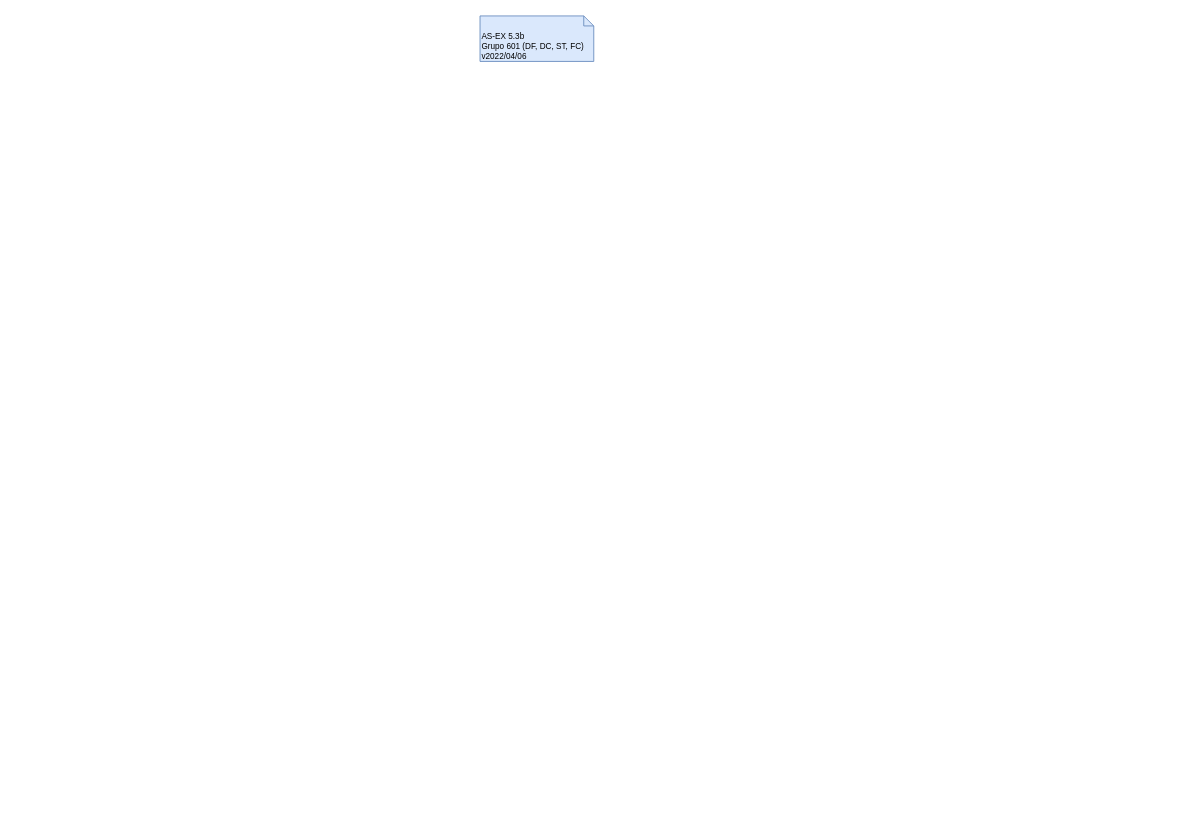
Before: page "5.3b" (3 of 3) of P/P05/P5.drawio in DavidAraujo98/AS, a draw.io diagram. Source tidied: cells renumbered, new cells numbered last; positions are measured from the earlier drawing's top-left corner, leaving out a move shared by most shapes. Both pictures are drawn from the tidied source at 91%, with x=0, y=0 at pixel (480, 15).
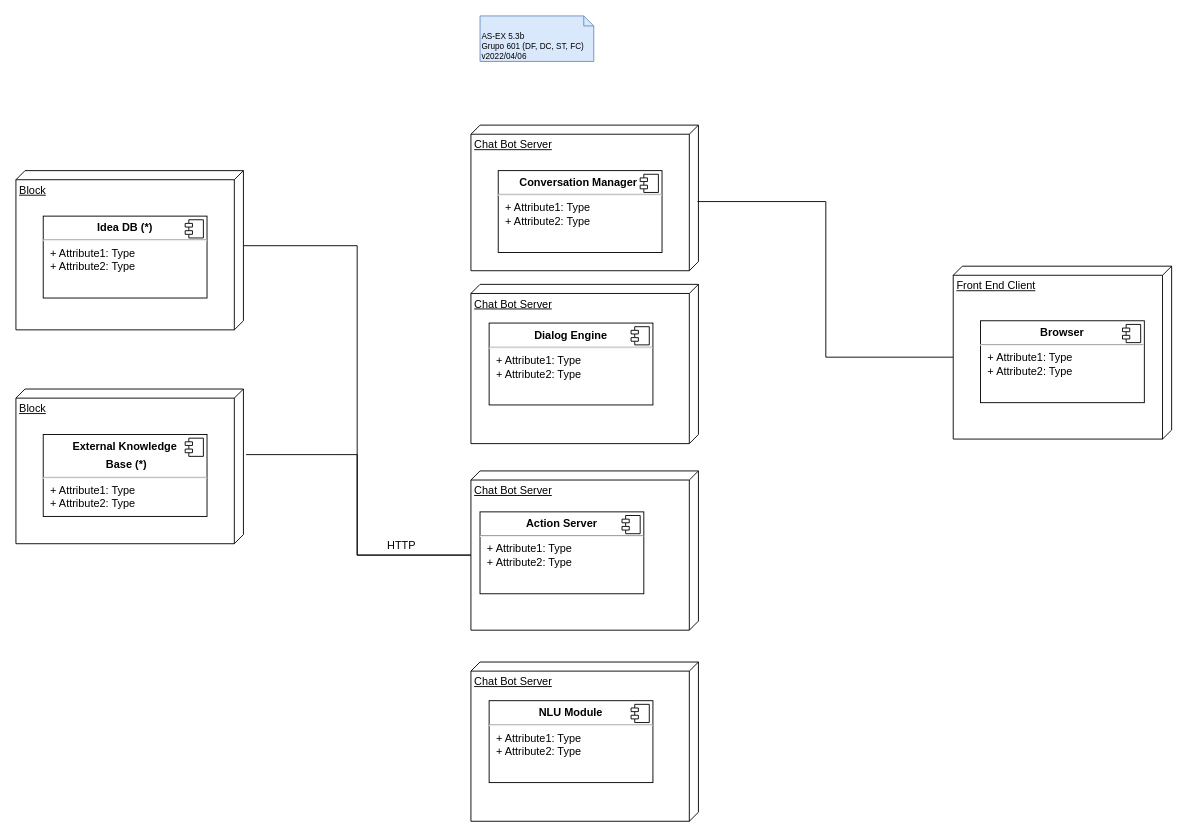
Above is the later version.

What changed in the source:
```diff
@@
+    <mxCell id="3" style="edgeStyle=orthogonalEdgeStyle;rounded=0;jettySize=auto;html=1;exitX=0;exitY=0;exitDx=92.5;exitDy=250;exitPerimeter=0;entryX=0;entryY=0;entryDx=82.5;entryDy=0;entryPerimeter=0;endArrow=none;endFill=0;" parent="1" edge="1" source="5" target="11">
+      <mxGeometry relative="1" as="geometry" />
+    </mxCell>
+    <mxCell id="4" style="edgeStyle=orthogonalEdgeStyle;rounded=0;jettySize=auto;html=1;exitX=0;exitY=0;exitDx=92.5;exitDy=250;exitPerimeter=0;entryX=0.424;entryY=-0.012;entryDx=0;entryDy=0;entryPerimeter=0;endArrow=none;endFill=0;" parent="1" edge="1" source="5" target="12">
+      <mxGeometry relative="1" as="geometry" />
+    </mxCell>
+    <mxCell id="5" value="Chat Bot Server" style="verticalAlign=top;align=left;spacingTop=8;spacingLeft=2;spacingRight=12;shape=cube;size=10;direction=south;fontStyle=4;html=1;" parent="1" vertex="1">
+      <mxGeometry x="-10" y="500" width="250" height="175" as="geometry" />
+    </mxCell>
+    <mxCell id="6" value="Chat Bot Server" style="verticalAlign=top;align=left;spacingTop=8;spacingLeft=2;spacingRight=12;shape=cube;size=10;direction=south;fontStyle=4;html=1;" parent="1" vertex="1">
+      <mxGeometry x="-10" y="710" width="250" height="175" as="geometry" />
+    </mxCell>
+    <mxCell id="7" value="Chat Bot Server" style="verticalAlign=top;align=left;spacingTop=8;spacingLeft=2;spacingRight=12;shape=cube;size=10;direction=south;fontStyle=4;html=1;" parent="1" vertex="1">
+      <mxGeometry x="-10" y="295" width="250" height="175" as="geometry" />
+    </mxCell>
@@
+    <mxCell id="8" value="Chat Bot Server" style="verticalAlign=top;align=left;spacingTop=8;spacingLeft=2;spacingRight=12;shape=cube;size=10;direction=south;fontStyle=4;html=1;" parent="1" vertex="1">
+      <mxGeometry x="-10" y="120" width="250" height="160" as="geometry" />
+    </mxCell>
+    <mxCell id="9" style="edgeStyle=orthogonalEdgeStyle;rounded=0;jettySize=auto;html=1;exitX=0;exitY=0;exitDx=100;exitDy=240;exitPerimeter=0;endArrow=none;endFill=0;entryX=0.525;entryY=0.004;entryDx=0;entryDy=0;entryPerimeter=0;" parent="1" edge="1" source="10" target="8">
+      <mxGeometry relative="1" as="geometry" />
+    </mxCell>
+    <mxCell id="10" value="Front End Client" style="verticalAlign=top;align=left;spacingTop=8;spacingLeft=2;spacingRight=12;shape=cube;size=10;direction=south;fontStyle=4;html=1;" parent="1" vertex="1">
+      <mxGeometry x="520" y="275" width="240" height="190" as="geometry" />
+    </mxCell>
+    <mxCell id="11" value="Block" style="verticalAlign=top;align=left;spacingTop=8;spacingLeft=2;spacingRight=12;shape=cube;size=10;direction=south;fontStyle=4;html=1;" parent="1" vertex="1">
+      <mxGeometry x="-510" y="170" width="250" height="175" as="geometry" />
+    </mxCell>
+    <mxCell id="12" value="Block" style="verticalAlign=top;align=left;spacingTop=8;spacingLeft=2;spacingRight=12;shape=cube;size=10;direction=south;fontStyle=4;html=1;" parent="1" vertex="1">
+      <mxGeometry x="-510" y="410" width="250" height="170" as="geometry" />
+    </mxCell>
+    <mxCell id="13" value="&lt;p style=&quot;margin: 0px ; margin-top: 6px ; text-align: center&quot;&gt;&lt;b&gt;Browser&lt;/b&gt;&lt;/p&gt;&lt;hr&gt;&lt;p style=&quot;margin: 0px ; margin-left: 8px&quot;&gt;+ Attribute1: Type&lt;br&gt;+ Attribute2: Type&lt;/p&gt;" style="align=left;overflow=fill;html=1;" parent="1" vertex="1">
+      <mxGeometry x="550" y="335" width="180" height="90" as="geometry" />
+    </mxCell>
+    <mxCell id="14" style="shape=component;jettyWidth=8;jettyHeight=4;" parent="13" vertex="1">
+      <mxGeometry x="1" width="20" height="20" relative="1" as="geometry">
+        <mxPoint x="-24" y="4" as="offset" />
+      </mxGeometry>
+    </mxCell>
+    <mxCell id="15" value="&lt;p style=&quot;text-align: center ; margin: 6px 0px 0px&quot;&gt;&lt;b&gt;Conversation Manager&amp;nbsp;&lt;/b&gt;&lt;/p&gt;&lt;hr&gt;&lt;p style=&quot;margin: 0px ; margin-left: 8px&quot;&gt;+ Attribute1: Type&lt;br&gt;+ Attribute2: Type&lt;/p&gt;" style="align=left;overflow=fill;html=1;" parent="1" vertex="1">
+      <mxGeometry x="20" y="170" width="180" height="90" as="geometry" />
+    </mxCell>
+    <mxCell id="16" style="shape=component;jettyWidth=8;jettyHeight=4;" parent="15" vertex="1">
+      <mxGeometry x="1" width="20" height="20" relative="1" as="geometry">
+        <mxPoint x="-24" y="4" as="offset" />
+      </mxGeometry>
+    </mxCell>
+    <mxCell id="17" value="&lt;p style=&quot;margin: 0px ; margin-top: 6px ; text-align: center&quot;&gt;&lt;b&gt;NLU Module&lt;/b&gt;&lt;/p&gt;&lt;hr&gt;&lt;p style=&quot;margin: 0px ; margin-left: 8px&quot;&gt;+ Attribute1: Type&lt;br&gt;+ Attribute2: Type&lt;/p&gt;" style="align=left;overflow=fill;html=1;" parent="1" vertex="1">
+      <mxGeometry x="10" y="752.5" width="180" height="90" as="geometry" />
+    </mxCell>
+    <mxCell id="18" style="shape=component;jettyWidth=8;jettyHeight=4;" parent="17" vertex="1">
+      <mxGeometry x="1" width="20" height="20" relative="1" as="geometry">
+        <mxPoint x="-24" y="4" as="offset" />
+      </mxGeometry>
+    </mxCell>
+    <mxCell id="19" value="&lt;p style=&quot;margin: 0px ; margin-top: 6px ; text-align: center&quot;&gt;&lt;b&gt;Dialog Engine&lt;/b&gt;&lt;/p&gt;&lt;hr&gt;&lt;p style=&quot;margin: 0px ; margin-left: 8px&quot;&gt;+ Attribute1: Type&lt;br&gt;+ Attribute2: Type&lt;/p&gt;" style="align=left;overflow=fill;html=1;" parent="1" vertex="1">
+      <mxGeometry x="10" y="337.5" width="180" height="90" as="geometry" />
+    </mxCell>
+    <mxCell id="20" style="shape=component;jettyWidth=8;jettyHeight=4;" parent="19" vertex="1">
+      <mxGeometry x="1" width="20" height="20" relative="1" as="geometry">
+        <mxPoint x="-24" y="4" as="offset" />
+      </mxGeometry>
+    </mxCell>
+    <mxCell id="21" value="&lt;p style=&quot;margin: 0px ; margin-top: 6px ; text-align: center&quot;&gt;&lt;b&gt;Action Server&lt;/b&gt;&lt;/p&gt;&lt;hr&gt;&lt;p style=&quot;margin: 0px ; margin-left: 8px&quot;&gt;+ Attribute1: Type&lt;br&gt;+ Attribute2: Type&lt;/p&gt;" style="align=left;overflow=fill;html=1;" parent="1" vertex="1">
+      <mxGeometry y="545" width="180" height="90" as="geometry" />
+    </mxCell>
+    <mxCell id="22" style="shape=component;jettyWidth=8;jettyHeight=4;" parent="21" vertex="1">
+      <mxGeometry x="1" width="20" height="20" relative="1" as="geometry">
+        <mxPoint x="-24" y="4" as="offset" />
+      </mxGeometry>
+    </mxCell>
+    <mxCell id="23" value="&lt;p style=&quot;margin: 0px ; margin-top: 6px ; text-align: center&quot;&gt;&lt;b&gt;Idea DB (*)&lt;/b&gt;&lt;/p&gt;&lt;hr&gt;&lt;p style=&quot;margin: 0px ; margin-left: 8px&quot;&gt;+ Attribute1: Type&lt;br&gt;+ Attribute2: Type&lt;/p&gt;" style="align=left;overflow=fill;html=1;" parent="1" vertex="1">
+      <mxGeometry x="-480" y="220" width="180" height="90" as="geometry" />
+    </mxCell>
+    <mxCell id="24" style="shape=component;jettyWidth=8;jettyHeight=4;" parent="23" vertex="1">
+      <mxGeometry x="1" width="20" height="20" relative="1" as="geometry">
+        <mxPoint x="-24" y="4" as="offset" />
+      </mxGeometry>
+    </mxCell>
+    <mxCell id="25" value="&lt;p style=&quot;margin: 0px ; margin-top: 6px ; text-align: center&quot;&gt;&lt;b&gt;External Knowledge&lt;/b&gt;&lt;/p&gt;&lt;p style=&quot;margin: 0px ; margin-top: 6px ; text-align: center&quot;&gt;&lt;b&gt;&amp;nbsp;Base (*)&lt;/b&gt;&lt;/p&gt;&lt;hr&gt;&lt;p style=&quot;margin: 0px ; margin-left: 8px&quot;&gt;+ Attribute1: Type&lt;br&gt;+ Attribute2: Type&lt;/p&gt;" style="align=left;overflow=fill;html=1;" parent="1" vertex="1">
+      <mxGeometry x="-480" y="460" width="180" height="90" as="geometry" />
+    </mxCell>
+    <mxCell id="26" style="shape=component;jettyWidth=8;jettyHeight=4;" parent="25" vertex="1">
+      <mxGeometry x="1" width="20" height="20" relative="1" as="geometry">
+        <mxPoint x="-24" y="4" as="offset" />
+      </mxGeometry>
+    </mxCell>
+    <mxCell id="27" value="HTTP" style="text;html=1;strokeColor=none;fillColor=none;align=center;verticalAlign=middle;whiteSpace=wrap;rounded=0;" parent="1" vertex="1">
+      <mxGeometry x="-116" y="567" width="60" height="30" as="geometry" />
+    </mxCell>
```
